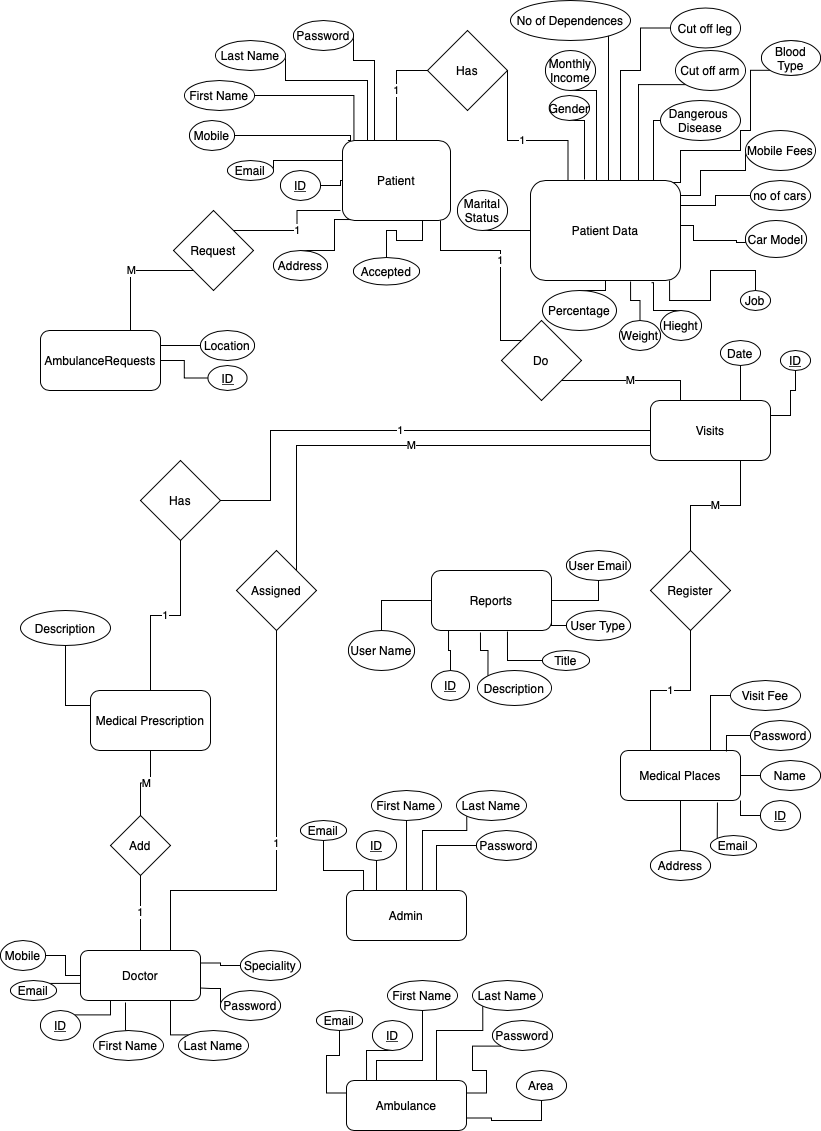
This is ERD.png from abdelrahmanbonna/Healthy_Shield_Analysis, a draw.io export, as it was before one commit. Source tidied: cells renumbered, new cells last; positions are measured from the earlier drawing's top-left corner, leaving out a move shared by most shapes.
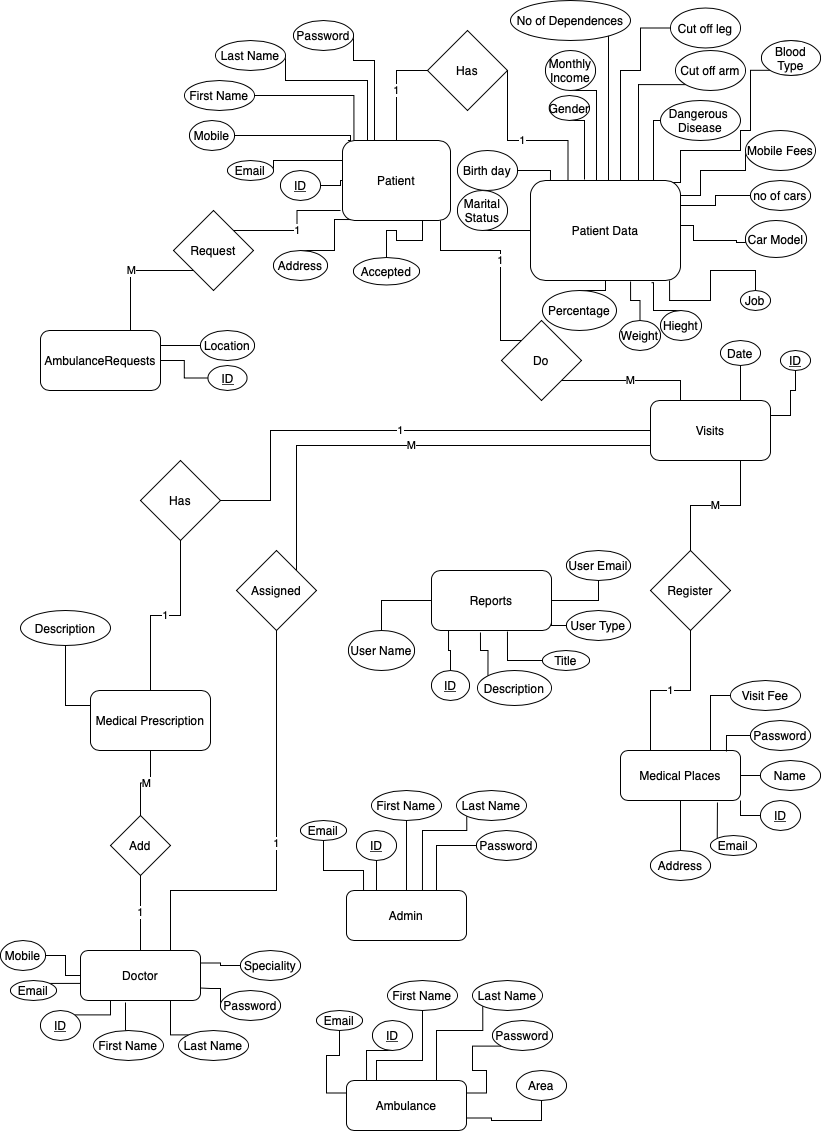
The same file after the commit.

Diff of the diagram source:
```diff
@@ -593,5 +593,11 @@
     <mxCell id="148" value="Description" style="ellipse;whiteSpace=wrap;html=1;" parent="1" vertex="1">
       <mxGeometry x="20" y="610" width="90" height="35" as="geometry" />
     </mxCell>
+    <mxCell id="149" style="edgeStyle=orthogonalEdgeStyle;rounded=0;jettySize=auto;html=1;exitX=1;exitY=0.5;exitDx=0;exitDy=0;entryX=0.133;entryY=0;entryDx=0;entryDy=0;entryPerimeter=0;endArrow=none;endFill=0;" parent="1" edge="1" source="150" target="143">
+      <mxGeometry relative="1" as="geometry" />
+    </mxCell>
+    <mxCell id="150" value="Birth day" style="ellipse;whiteSpace=wrap;html=1;" parent="1" vertex="1">
+      <mxGeometry x="457" y="150" width="60" height="40" as="geometry" />
+    </mxCell>
   </root>
 </mxGraphModel>
```
